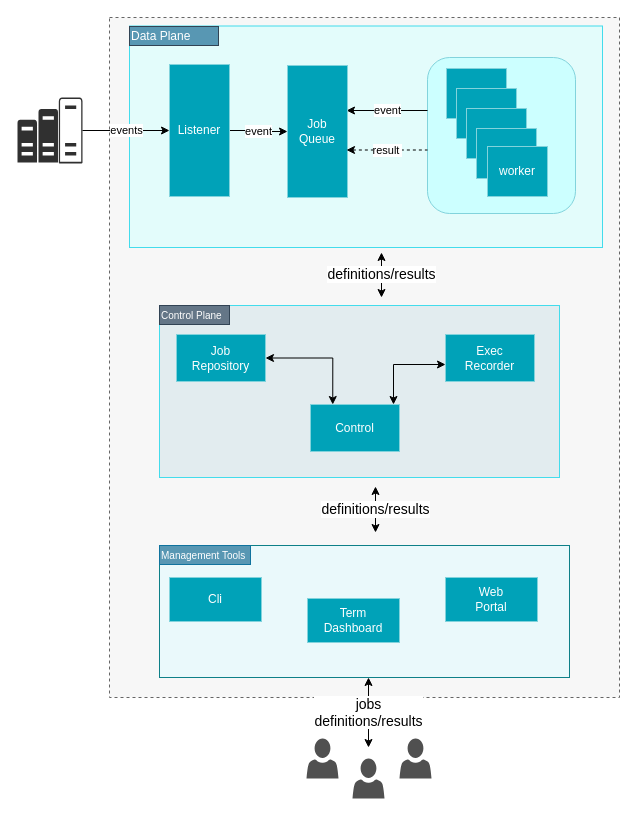
The draw.io diagram docs/Jobico.drawio in andrescosta/jobico-fn, before the edit. Source tidied: cells renumbered, new cells numbered last; positions are measured from the earlier drawing's top-left corner, leaving out a move shared by most shapes. Both pictures are drawn from the tidied source at 100%, with x=0, y=0 at pixel (17, 17).
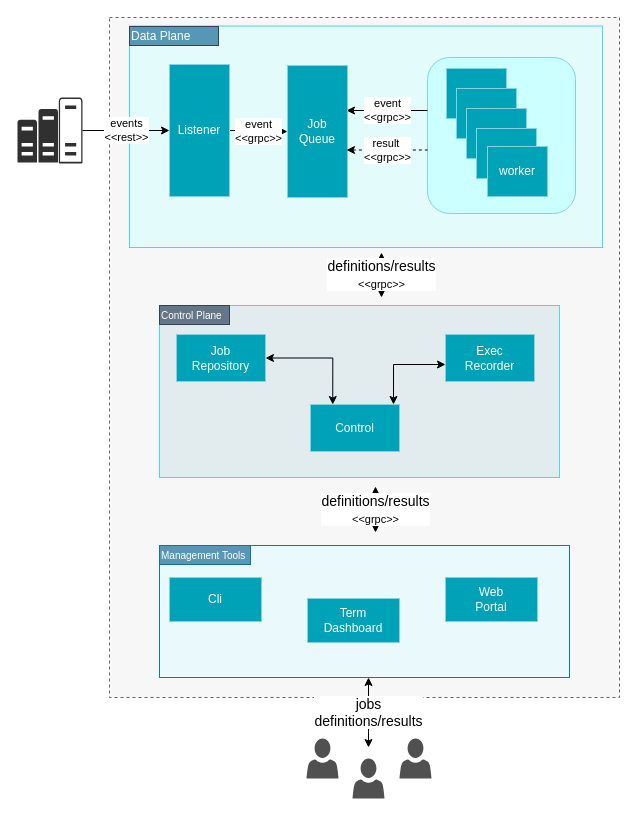
The same diagram, later.

The change refers to these unchanged cells:
```xml
<mxCell id="8" value="Listener" style="rounded=0;whiteSpace=wrap;html=1;fillColor=#00A2B8;strokeColor=#82D3DC;fontColor=#ffffff;" parent="1" vertex="1">
  <mxGeometry x="152" y="47" width="60" height="132" as="geometry" />
</mxCell>
<mxCell id="10" value="Job&lt;br&gt;Queue" style="rounded=0;whiteSpace=wrap;html=1;fillColor=#00A2B8;strokeColor=#82D3DC;fontColor=#ffffff;" parent="1" vertex="1">
  <mxGeometry x="270" y="48" width="60" height="132" as="geometry" />
</mxCell>
<mxCell id="29" style="sketch=0;shadow=0;dashed=0;html=1;strokeColor=none;labelPosition=center;verticalLabelPosition=bottom;verticalAlign=top;align=center;fillColor=#303030;shape=mxgraph.mscae.oms.capacity;" parent="1" vertex="1">
  <mxGeometry y="80" width="65" height="66" as="geometry" />
</mxCell>
```

What changed in the source:
```diff
@@
-    <mxCell id="7" value="event" style="edgeStyle=orthogonalEdgeStyle;rounded=0;jettySize=auto;html=1;" parent="1" edge="1" source="8" target="10">
+    <mxCell id="7" value="event&lt;br&gt;&amp;lt;&amp;lt;grpc&amp;gt;&amp;gt;" style="edgeStyle=orthogonalEdgeStyle;rounded=0;jettySize=auto;html=1;" parent="1" edge="1" source="8" target="10">
       <mxGeometry relative="1" as="geometry" />
     </mxCell>
@@
-    <mxCell id="9" value="event" style="edgeStyle=orthogonalEdgeStyle;rounded=0;orthogonalLoop=1;jettySize=auto;html=1;entryX=0;entryY=0.5;entryDx=0;entryDy=0;endArrow=none;endFill=0;startArrow=classic;startFill=1;" parent="1" edge="1">
+    <mxCell id="9" value="event&lt;br&gt;&amp;lt;&amp;lt;grpc&amp;gt;&amp;gt;" style="edgeStyle=orthogonalEdgeStyle;rounded=0;orthogonalLoop=1;jettySize=auto;html=1;entryX=0;entryY=0.5;entryDx=0;entryDy=0;endArrow=none;endFill=0;startArrow=classic;startFill=1;" parent="1" edge="1">
       <mxGeometry relative="1" as="geometry">
         <mxPoint x="329" y="93" as="sourcePoint" />
         <mxPoint x="410" y="93" as="targetPoint" />
       </mxGeometry>
     </mxCell>
@@
-    <mxCell id="25" value="definitions/results" style="edgeStyle=elbowEdgeStyle;rounded=0;elbow=horizontal;html=1;labelBackgroundColor=#ffffff;startArrow=classic;startFill=1;startSize=6;endArrow=classic;endFill=1;endSize=6;jettySize=auto;orthogonalLoop=1;strokeWidth=1;fontSize=14;" parent="1" edge="1">
+    <mxCell id="25" value="definitions/results&lt;br&gt;&lt;font style=&quot;font-size: 11px;&quot;&gt;&amp;lt;&amp;lt;grpc&amp;gt;&amp;gt;&lt;/font&gt;" style="edgeStyle=elbowEdgeStyle;rounded=0;elbow=horizontal;html=1;labelBackgroundColor=#ffffff;startArrow=classic;startFill=1;startSize=6;endArrow=classic;endFill=1;endSize=6;jettySize=auto;orthogonalLoop=1;strokeWidth=1;fontSize=14;" parent="1" edge="1">
       <mxGeometry relative="1" as="geometry">
         <mxPoint x="364" y="280" as="sourcePoint" />
         <mxPoint x="364" y="235" as="targetPoint" />
       </mxGeometry>
     </mxCell>
@@
-    <mxCell id="27" value="definitions/results" style="edgeStyle=elbowEdgeStyle;rounded=0;elbow=horizontal;html=1;labelBackgroundColor=#ffffff;startArrow=classic;startFill=1;startSize=6;endArrow=classic;endFill=1;endSize=6;jettySize=auto;orthogonalLoop=1;strokeWidth=1;fontSize=14;" parent="1" edge="1">
+    <mxCell id="27" value="definitions/results&lt;br&gt;&lt;font style=&quot;font-size: 11px;&quot;&gt;&amp;lt;&amp;lt;grpc&amp;gt;&amp;gt;&lt;/font&gt;" style="edgeStyle=elbowEdgeStyle;rounded=0;elbow=horizontal;html=1;labelBackgroundColor=#ffffff;startArrow=classic;startFill=1;startSize=6;endArrow=classic;endFill=1;endSize=6;jettySize=auto;orthogonalLoop=1;strokeWidth=1;fontSize=14;" parent="1" edge="1">
       <mxGeometry relative="1" as="geometry">
         <mxPoint x="358" y="515" as="sourcePoint" />
         <mxPoint x="357.5" y="469" as="targetPoint" />
       </mxGeometry>
     </mxCell>
@@
-    <mxCell id="34" value="result&amp;nbsp;" style="edgeStyle=orthogonalEdgeStyle;rounded=0;orthogonalLoop=1;jettySize=auto;html=1;entryX=0;entryY=0.5;entryDx=0;entryDy=0;endArrow=none;endFill=0;startArrow=classic;startFill=1;dashed=1;" parent="1" edge="1">
+    <mxCell id="34" value="result&amp;nbsp;&lt;br&gt;&amp;lt;&amp;lt;grpc&amp;gt;&amp;gt;" style="edgeStyle=orthogonalEdgeStyle;rounded=0;orthogonalLoop=1;jettySize=auto;html=1;entryX=0;entryY=0.5;entryDx=0;entryDy=0;endArrow=none;endFill=0;startArrow=classic;startFill=1;dashed=1;" parent="1" edge="1">
       <mxGeometry relative="1" as="geometry">
         <mxPoint x="329" y="132.5" as="sourcePoint" />
         <mxPoint x="410" y="132.5" as="targetPoint" />
       </mxGeometry>
     </mxCell>
-    <mxCell id="35" value="events" style="endArrow=classic;html=1;rounded=0;exitX=1;exitY=0.5;exitDx=0;exitDy=0;exitPerimeter=0;" parent="1" edge="1" source="29" target="8">
+    <mxCell id="35" value="events&lt;br&gt;&amp;lt;&amp;lt;rest&amp;gt;&amp;gt;" style="endArrow=classic;html=1;rounded=0;exitX=1;exitY=0.5;exitDx=0;exitDy=0;exitPerimeter=0;" parent="1" edge="1" source="29" target="8">
       <mxGeometry relative="1" as="geometry" />
     </mxCell>
```
